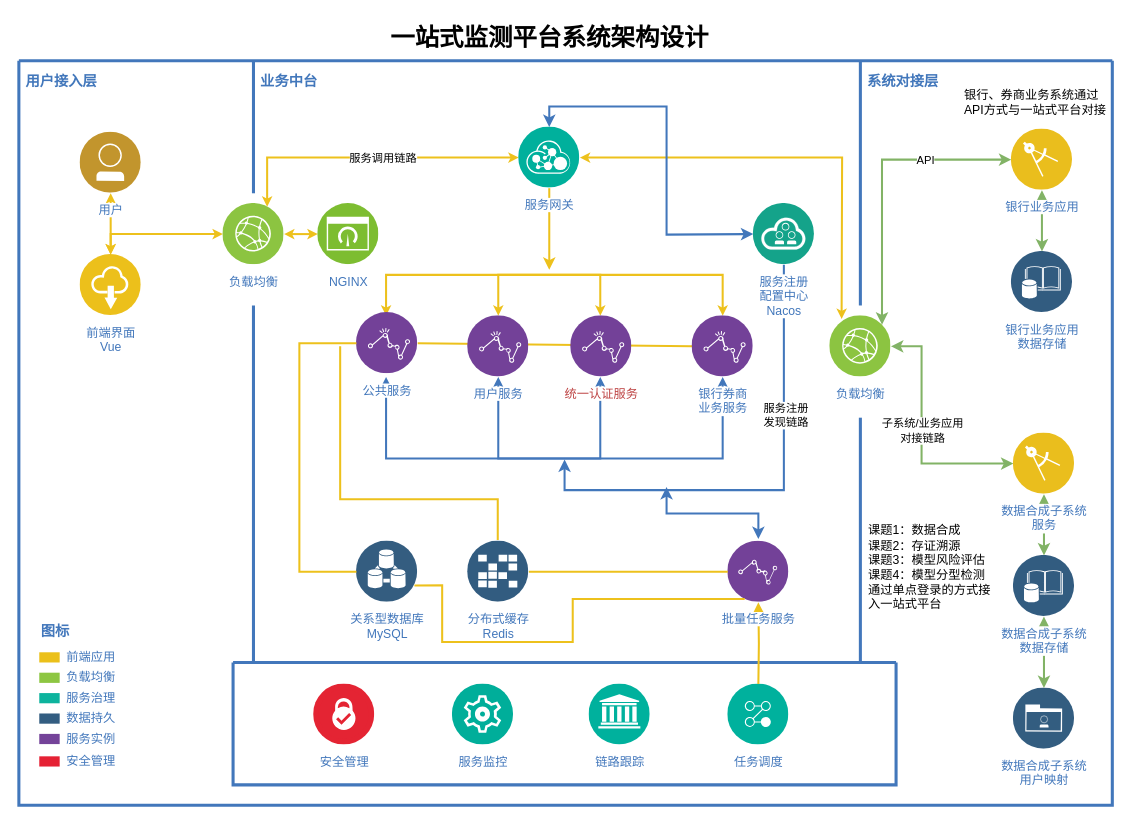
Before: documents/一站式平台.drawio in F46886799/springboot-in-action, a draw.io diagram. Source tidied: cells renumbered, new cells numbered last; positions are measured from the earlier drawing's top-left corner, leaving out a move shared by most shapes. Both pictures are drawn from the tidied source at 102%, with x=0, y=0 at pixel (18, 17).
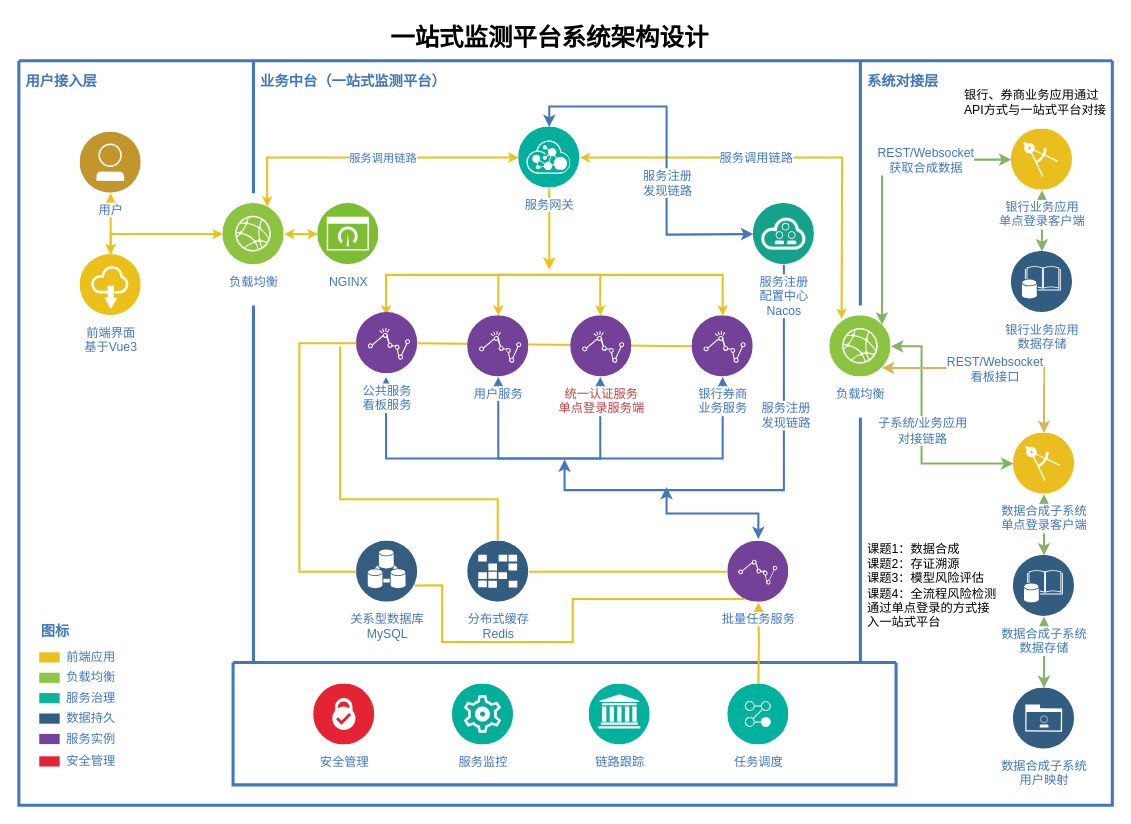
The same diagram, later.

Commit message:
更新一站式平台.drawio

Unchanged cells that the change refers to:
```xml
<mxCell id="2" style="swimlane;shadow=0;strokeColor=#4277BB;fillColor=#ffffff;fontColor=none;align=right;startSize=0;noLabel=1;strokeWidth=3;" parent="1" vertex="1">
  <mxGeometry y="42" width="1072" height="730" as="geometry" />
</mxCell>
<mxCell id="5" style="edgeStyle=orthogonalEdgeStyle;rounded=0;html=1;entryX=0.25;entryY=0;labelBackgroundColor=#ffffff;jettySize=auto;strokeColor=#EDC11C;fontColor=#000000;startArrow=classic;strokeWidth=2;endSize=4;startSize=4;" parent="2" edge="1" source="17">
  <mxGeometry relative="1" as="geometry">
    <mxPoint x="806.6" y="253.2" as="targetPoint" />
  </mxGeometry>
</mxCell>
<mxCell id="6" style="edgeStyle=orthogonalEdgeStyle;rounded=0;html=1;entryX=0.75;entryY=0;labelBackgroundColor=#ffffff;jettySize=auto;strokeColor=#EDC11C;fontColor=#000000;startArrow=classic;strokeWidth=2;endSize=4;startSize=4;" parent="2" edge="1" source="17" target="15">
  <mxGeometry relative="1" as="geometry">
    <Array as="points">
      <mxPoint x="243" y="95" />
    </Array>
  </mxGeometry>
</mxCell>
<mxCell id="22" style="edgeStyle=orthogonalEdgeStyle;rounded=0;jettySize=auto;html=1;startArrow=classic;startFill=1;exitX=0;exitY=0.5;exitDx=0;exitDy=0;fillColor=#d5e8d4;strokeColor=#82b366;strokeWidth=2;" parent="2" edge="1" source="24" target="53">
  <mxGeometry relative="1" as="geometry">
    <Array as="points">
      <mxPoint x="885" y="395" />
      <mxPoint x="885" y="280" />
    </Array>
  </mxGeometry>
</mxCell>
<mxCell id="47" style="edgeStyle=orthogonalEdgeStyle;rounded=0;jettySize=auto;html=1;entryX=0.5;entryY=0;entryDx=0;entryDy=0;startArrow=classic;startFill=1;strokeWidth=2;strokeColor=#4277bb;" parent="2" edge="1" target="17">
  <mxGeometry relative="1" as="geometry">
    <mxPoint x="720" y="170" as="sourcePoint" />
  </mxGeometry>
</mxCell>
<mxCell id="48" style="edgeStyle=orthogonalEdgeStyle;rounded=0;orthogonalLoop=1;jettySize=auto;html=1;strokeColor=#4277bb;strokeWidth=2;" parent="2" edge="1">
  <mxGeometry relative="1" as="geometry">
    <mxPoint x="750" y="200" as="sourcePoint" />
    <mxPoint x="535" y="391" as="targetPoint" />
    <Array as="points">
      <mxPoint x="750" y="421" />
      <mxPoint x="535" y="421" />
    </Array>
  </mxGeometry>
</mxCell>
<mxCell id="53" value="负载均衡" style="perimeter=ellipsePerimeter;html=1;align=center;shadow=0;dashed=0;image;image=img/lib/ibm/infrastructure/edge_services.svg;strokeColor=#FF0000;fillColor=#FFFF66;gradientColor=none;fontColor=#4277BB;labelBackgroundColor=#ffffff;spacingTop=3;" parent="2" vertex="1">
  <mxGeometry x="795" y="250" width="60" height="60" as="geometry" />
</mxCell>
<mxCell id="55" style="edgeStyle=orthogonalEdgeStyle;rounded=0;jettySize=auto;html=1;entryX=1;entryY=0;entryDx=0;entryDy=0;startArrow=classic;startFill=1;fillColor=#d5e8d4;strokeColor=#82b366;strokeWidth=2;" parent="2" edge="1" source="57" target="53">
  <mxGeometry relative="1" as="geometry" />
</mxCell>
```

The edit, as a diff of the source:
```diff
@@
+    <mxCell id="72" value="&lt;font color=&quot;#4277bb&quot; style=&quot;font-size: 12px;&quot;&gt;服务调用链路&lt;/font&gt;" style="edgeLabel;html=1;align=center;verticalAlign=middle;" parent="5" vertex="1">
+      <mxGeometry x="-0.17" relative="1" as="geometry" />
+    </mxCell>
@@
-    <mxCell id="7" value="服务调用链路" style="edgeLabel;html=1;align=center;verticalAlign=middle;" parent="6" vertex="1">
+    <mxCell id="7" value="&lt;font color=&quot;#4277bb&quot;&gt;服务调用链路&lt;/font&gt;" style="edgeLabel;html=1;align=center;verticalAlign=middle;" parent="6" vertex="1">
       <mxGeometry x="-0.1" relative="1" as="geometry">
         <mxPoint x="-1" as="offset" />
       </mxGeometry>
     </mxCell>
@@
-    <mxCell id="14" value="前端界面&lt;div&gt;Vue&lt;/div&gt;" style="perimeter=ellipsePerimeter;html=1;align=center;shadow=0;dashed=0;image;image=img/lib/ibm/applications/saas_applications.svg;strokeColor=#FF0000;fillColor=#FFFF66;gradientColor=none;fontColor=#4277BB;labelBackgroundColor=#ffffff;spacingTop=3;" parent="2" vertex="1">
+    <mxCell id="14" value="前端界面&lt;div&gt;基于Vue3&lt;/div&gt;" style="perimeter=ellipsePerimeter;html=1;align=center;shadow=0;dashed=0;image;image=img/lib/ibm/applications/saas_applications.svg;strokeColor=#FF0000;fillColor=#FFFF66;gradientColor=none;fontColor=#4277BB;labelBackgroundColor=#ffffff;spacingTop=3;" parent="2" vertex="1">
       <mxGeometry x="60" y="190" width="60" height="60" as="geometry" />
     </mxCell>
@@
-    <mxCell id="23" value="子系统/业务应用&lt;div&gt;对接链路&lt;/div&gt;" style="edgeLabel;html=1;align=center;verticalAlign=middle;" parent="22" vertex="1">
+    <mxCell id="23" value="&lt;font style=&quot;font-size: 12px;&quot; color=&quot;#4277bb&quot;&gt;子系统/业务应用&lt;/font&gt;&lt;div style=&quot;font-size: 12px;&quot;&gt;&lt;font style=&quot;font-size: 12px;&quot; color=&quot;#4277bb&quot;&gt;对接链路&lt;/font&gt;&lt;/div&gt;" style="edgeLabel;html=1;align=center;verticalAlign=middle;" parent="22" vertex="1">
       <mxGeometry x="0.05" relative="1" as="geometry" />
     </mxCell>
-    <mxCell id="24" value="数据合成子系统&lt;div&gt;服务&lt;/div&gt;" style="perimeter=ellipsePerimeter;html=1;align=center;shadow=0;dashed=0;image;image=img/lib/ibm/applications/enterprise_applications.svg;strokeColor=#FF0000;fillColor=#FFFF66;gradientColor=none;fontColor=#4277BB;labelBackgroundColor=#ffffff;spacingTop=3;" parent="2" vertex="1">
+    <mxCell id="24" value="数据合成子系统&lt;div&gt;单点登录客户端&lt;/div&gt;" style="perimeter=ellipsePerimeter;html=1;align=center;shadow=0;dashed=0;image;image=img/lib/ibm/applications/enterprise_applications.svg;strokeColor=#FF0000;fillColor=#FFFF66;gradientColor=none;fontColor=#4277BB;labelBackgroundColor=#ffffff;spacingTop=3;" parent="2" vertex="1">
       <mxGeometry x="975" y="365" width="60" height="60" as="geometry" />
     </mxCell>
@@
-    <mxCell id="38" value="业务中台" style="text;html=1;align=left;verticalAlign=middle;fontColor=#4277BB;shadow=0;dashed=0;strokeColor=none;fillColor=none;labelBackgroundColor=none;fontStyle=1;fontSize=14;spacingLeft=5;" parent="2" vertex="1">
-      <mxGeometry x="230" y="10" width="150" height="20" as="geometry" />
+    <mxCell id="38" value="业务中台（一站式监测平台）" style="text;html=1;align=left;verticalAlign=middle;fontColor=#4277BB;shadow=0;dashed=0;strokeColor=none;fillColor=none;labelBackgroundColor=none;fontStyle=1;fontSize=14;spacingLeft=5;" parent="2" vertex="1">
+      <mxGeometry x="230" y="10" width="186" height="20" as="geometry" />
     </mxCell>
@@
+    <mxCell id="73" value="&lt;font style=&quot;font-size: 12px;&quot; color=&quot;#4277bb&quot;&gt;服务注册&lt;/font&gt;&lt;div style=&quot;font-size: 12px;&quot;&gt;&lt;font color=&quot;#4277bb&quot;&gt;发现链路&lt;/font&gt;&lt;/div&gt;" style="edgeLabel;html=1;align=center;verticalAlign=middle;" parent="47" vertex="1">
+      <mxGeometry x="-0.21" relative="1" as="geometry" />
+    </mxCell>
@@
-    <mxCell id="49" value="服务注册&lt;div&gt;发现链路&lt;/div&gt;" style="edgeLabel;html=1;align=center;verticalAlign=middle;" parent="48" vertex="1">
+    <mxCell id="49" value="&lt;font style=&quot;font-size: 12px;&quot; color=&quot;#4277bb&quot;&gt;服务注册&lt;/font&gt;&lt;div style=&quot;font-size: 12px;&quot;&gt;&lt;font style=&quot;font-size: 12px;&quot; color=&quot;#4277bb&quot;&gt;发现链路&lt;/font&gt;&lt;/div&gt;" style="edgeLabel;html=1;align=center;verticalAlign=middle;" parent="48" vertex="1">
       <mxGeometry x="-0.37" y="1" relative="1" as="geometry" />
     </mxCell>
@@
-    <mxCell id="52" value="&lt;font color=&quot;#bd4242&quot;&gt;统一认证服务&lt;/font&gt;" style="perimeter=ellipsePerimeter;html=1;align=center;shadow=0;dashed=0;image;image=img/lib/ibm/analytics/analytics.svg;strokeColor=#FF0000;fillColor=#FFFF66;gradientColor=none;fontColor=#4277BB;labelBackgroundColor=#ffffff;spacingTop=3;" parent="2" vertex="1">
+    <mxCell id="52" value="&lt;font color=&quot;#bd4242&quot;&gt;统一认证服务&lt;/font&gt;&lt;div&gt;&lt;font color=&quot;#bd4242&quot;&gt;单点登录服务端&lt;/font&gt;&lt;/div&gt;" style="perimeter=ellipsePerimeter;html=1;align=center;shadow=0;dashed=0;image;image=img/lib/ibm/analytics/analytics.svg;strokeColor=#FF0000;fillColor=#FFFF66;gradientColor=none;fontColor=#4277BB;labelBackgroundColor=#ffffff;spacingTop=3;" parent="2" vertex="1">
       <mxGeometry x="541" y="250" width="60" height="60" as="geometry" />
     </mxCell>
@@
-    <mxCell id="56" value="API" style="edgeLabel;html=1;align=center;verticalAlign=middle;" parent="55" vertex="1">
+    <mxCell id="56" value="&lt;font style=&quot;font-size: 12px;&quot; color=&quot;#4277bb&quot;&gt;REST/Websocket&lt;/font&gt;&lt;div style=&quot;font-size: 12px;&quot;&gt;&lt;font style=&quot;font-size: 12px;&quot; color=&quot;#4277bb&quot;&gt;获取合成数据&lt;/font&gt;&lt;/div&gt;" style="edgeLabel;html=1;align=center;verticalAlign=middle;" parent="55" vertex="1">
       <mxGeometry x="-0.41" relative="1" as="geometry" />
     </mxCell>
-    <mxCell id="57" value="银行业务应用" style="perimeter=ellipsePerimeter;html=1;align=center;shadow=0;dashed=0;image;image=img/lib/ibm/applications/enterprise_applications.svg;strokeColor=#FF0000;fillColor=#FFFF66;gradientColor=none;fontColor=#4277BB;labelBackgroundColor=#ffffff;spacingTop=3;" parent="2" vertex="1">
+    <mxCell id="57" value="银行业务应用&lt;div&gt;单点登录客户端&lt;/div&gt;" style="perimeter=ellipsePerimeter;html=1;align=center;shadow=0;dashed=0;image;image=img/lib/ibm/applications/enterprise_applications.svg;strokeColor=#FF0000;fillColor=#FFFF66;gradientColor=none;fontColor=#4277BB;labelBackgroundColor=#ffffff;spacingTop=3;" parent="2" vertex="1">
       <mxGeometry x="973" y="67" width="60" height="60" as="geometry" />
     </mxCell>
@@
-    <mxCell id="60" value="公共服务" style="perimeter=ellipsePerimeter;html=1;align=center;shadow=0;dashed=0;image;image=img/lib/ibm/analytics/analytics.svg;strokeColor=#FF0000;fillColor=#FFFF66;gradientColor=none;fontColor=#4277BB;labelBackgroundColor=#ffffff;spacingTop=3;" parent="2" vertex="1">
+    <mxCell id="60" value="公共服务&lt;div&gt;看板服务&lt;/div&gt;" style="perimeter=ellipsePerimeter;html=1;align=center;shadow=0;dashed=0;image;image=img/lib/ibm/analytics/analytics.svg;strokeColor=#FF0000;fillColor=#FFFF66;gradientColor=none;fontColor=#4277BB;labelBackgroundColor=#ffffff;spacingTop=3;" parent="2" vertex="1">
       <mxGeometry x="331" y="247" width="60" height="60" as="geometry" />
     </mxCell>
@@
-    <mxCell id="68" value="银行、券商业务系统通过API方式与一站式平台对接" style="text;html=1;align=left;verticalAlign=middle;whiteSpace=wrap;rounded=0;" parent="2" vertex="1">
+    <mxCell id="68" value="银行、券商业务应用通过API方式与一站式平台对接" style="text;html=1;align=left;verticalAlign=middle;whiteSpace=wrap;rounded=0;" parent="2" vertex="1">
       <mxGeometry x="925" y="20" width="144" height="42" as="geometry" />
     </mxCell>
-    <mxCell id="69" value="课题1：数据合成&lt;div&gt;课题2：存证溯源&lt;/div&gt;&lt;div&gt;课题3：模型风险评估&lt;/div&gt;&lt;div&gt;课题4：模型分型检测&lt;/div&gt;&lt;div&gt;通过单点登录的方式接入一站式平台&lt;/div&gt;" style="text;html=1;align=left;verticalAlign=middle;whiteSpace=wrap;rounded=0;" parent="2" vertex="1">
-      <mxGeometry x="831" y="448" width="131" height="98" as="geometry" />
+    <mxCell id="69" value="课题1：数据合成&lt;div&gt;课题2：存证溯源&lt;/div&gt;&lt;div&gt;课题3：模型风险评估&lt;/div&gt;&lt;div&gt;课题4：全流程风险检测&lt;/div&gt;&lt;div&gt;通过单点登录的方式接入一站式平台&lt;/div&gt;" style="text;html=1;align=left;verticalAlign=middle;whiteSpace=wrap;rounded=0;" parent="2" vertex="1">
+      <mxGeometry x="830" y="466" width="133" height="98" as="geometry" />
     </mxCell>
+    <mxCell id="74" style="endArrow=classic;html=1;rounded=0;edgeStyle=orthogonalEdgeStyle;exitX=0.5;exitY=0;exitDx=0;exitDy=0;entryX=1;entryY=1;entryDx=0;entryDy=0;startArrow=classic;startFill=1;endFill=1;fillColor=#fff2cc;strokeColor=#d6b656;strokeWidth=2;" parent="2" edge="1" source="24" target="53">
+      <mxGeometry relative="1" as="geometry">
+        <Array as="points">
+          <mxPoint x="1005" y="301" />
+        </Array>
+      </mxGeometry>
+    </mxCell>
+    <mxCell id="75" value="&lt;font style=&quot;font-size: 12px;&quot; color=&quot;#4277bb&quot;&gt;REST/Websocket&lt;/font&gt;&lt;div style=&quot;font-size: 12px;&quot;&gt;&lt;font style=&quot;font-size: 12px;&quot; color=&quot;#4277bb&quot;&gt;看板接口&lt;/font&gt;&lt;/div&gt;" style="edgeLabel;html=1;align=center;verticalAlign=middle;" parent="74" vertex="1">
+      <mxGeometry x="0.01" y="1" relative="1" as="geometry" />
+    </mxCell>
```
